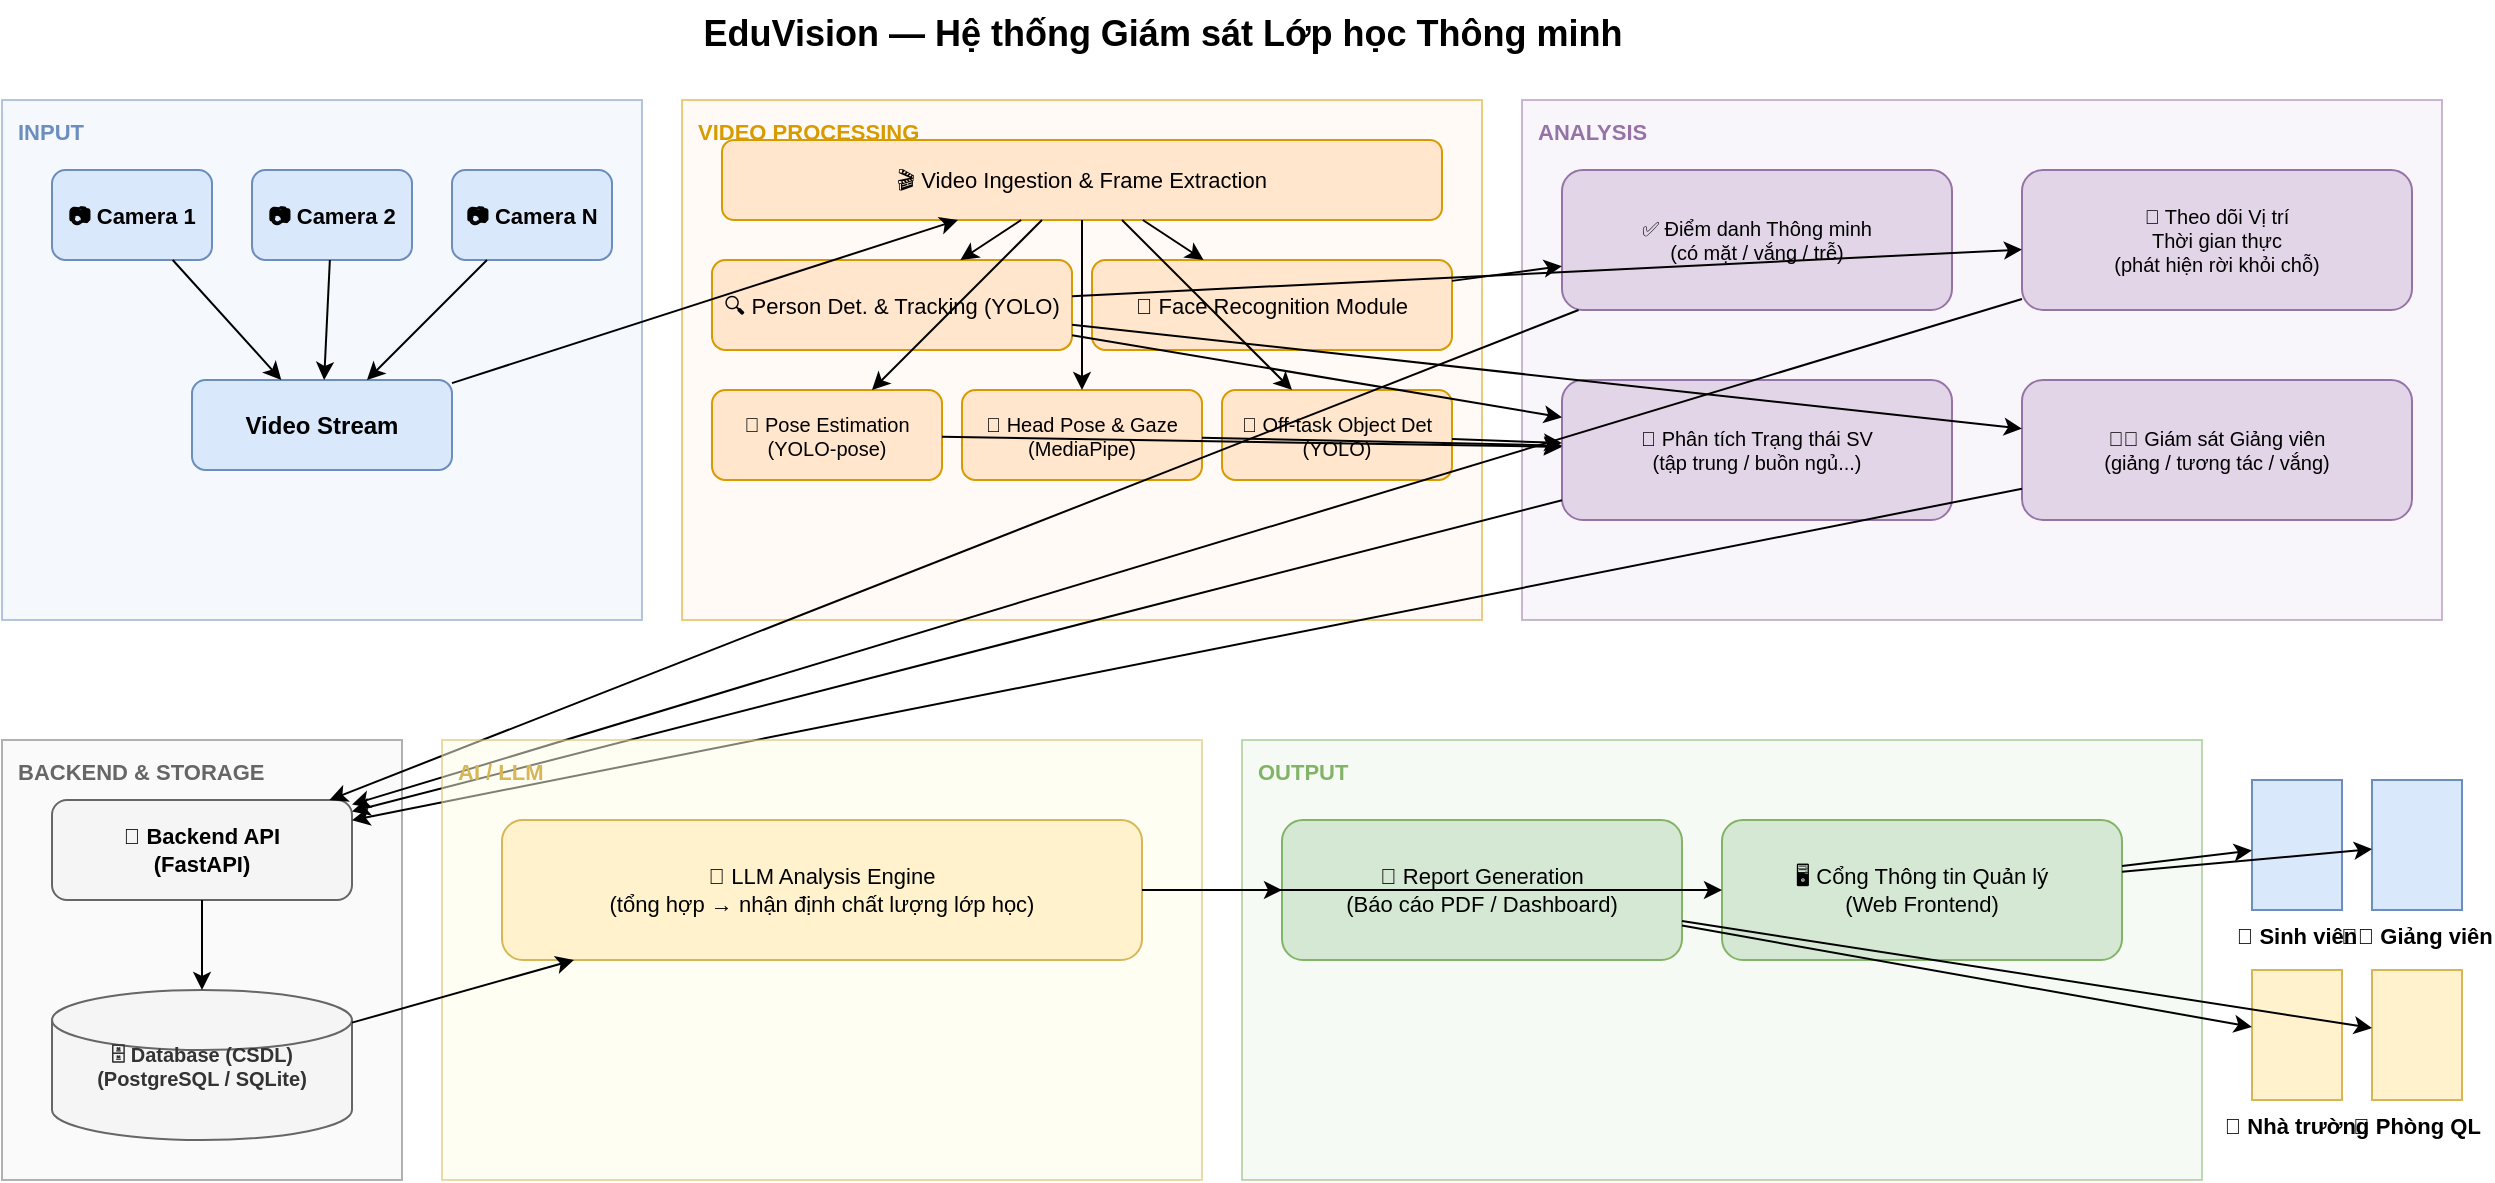
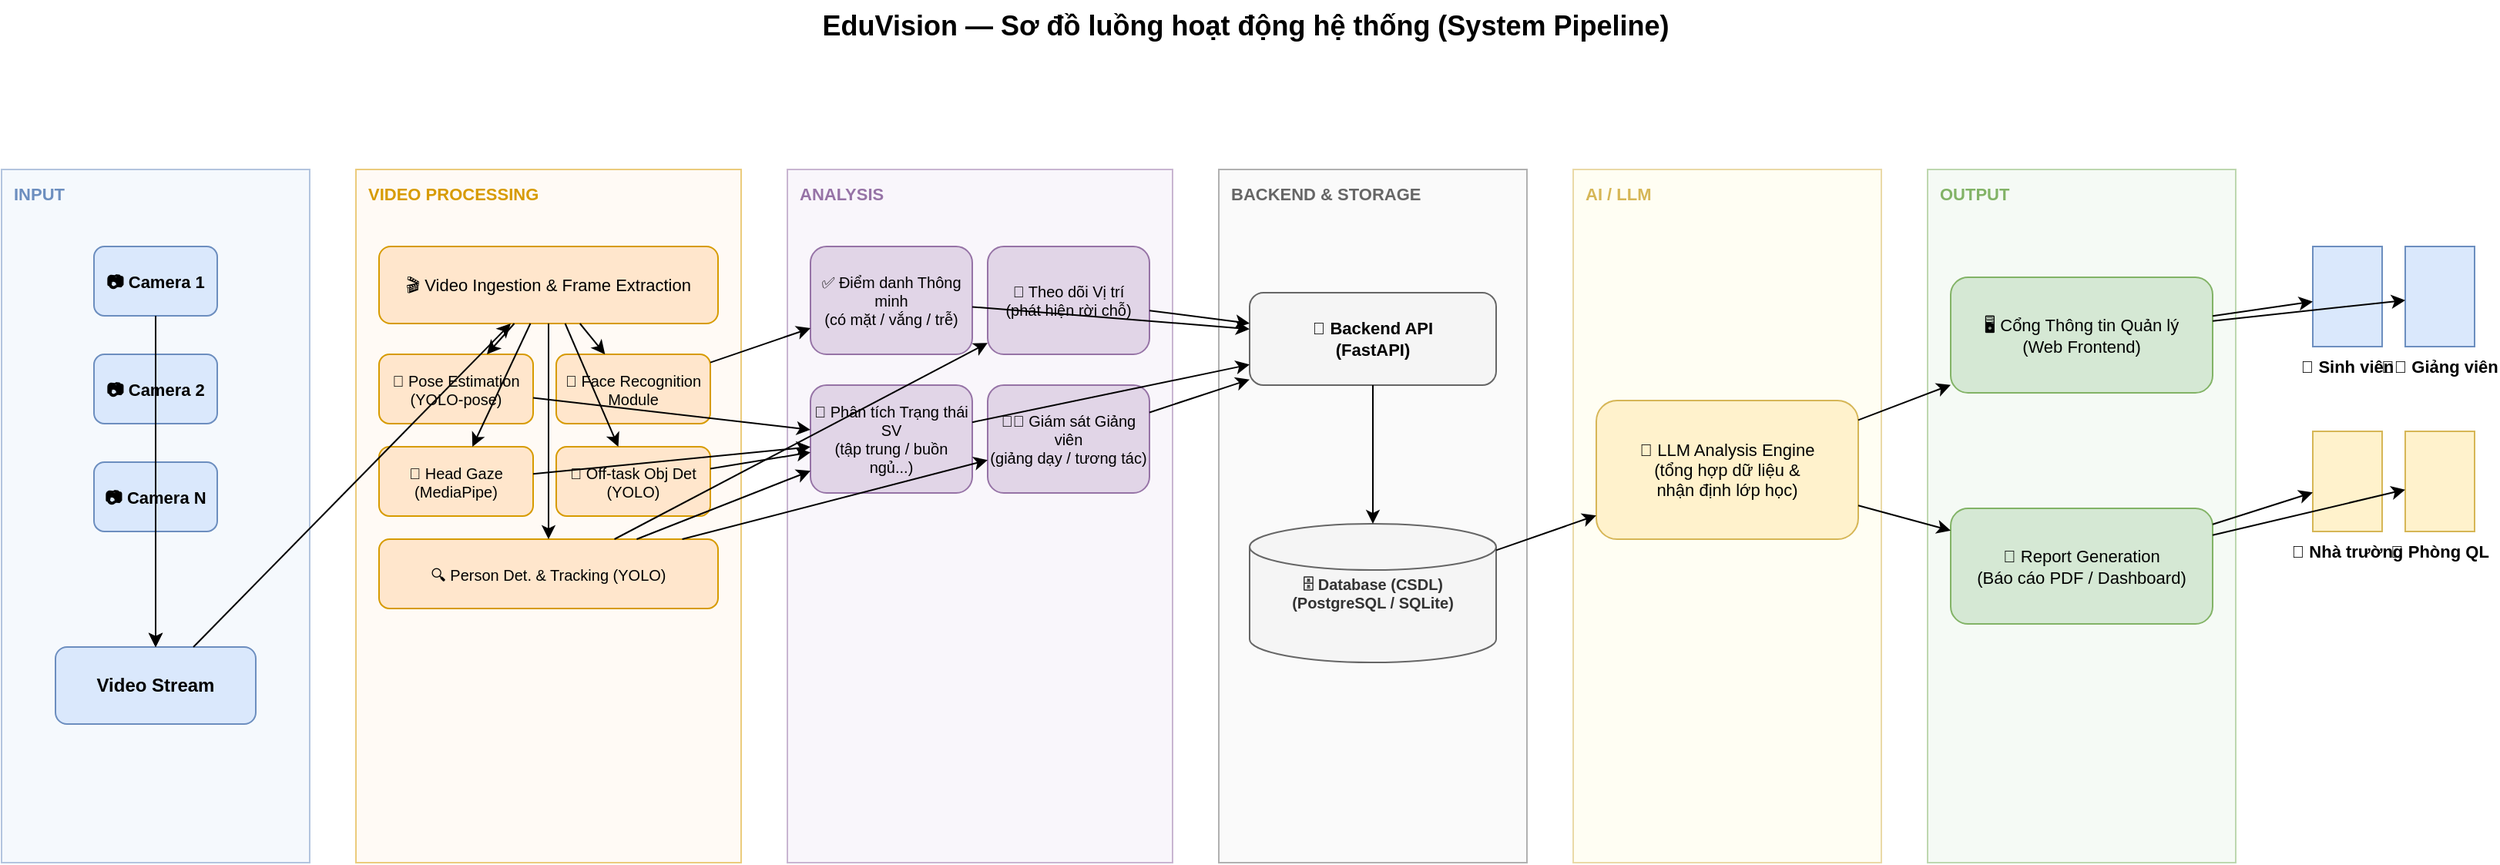
<mxfile host="app.diagrams.net" modified="2026-05-22" agent="Claude" version="21.0.0">
  <diagram id="eduvision-pipeline" name="EduVision System Pipeline">
    <mxGraphModel dx="1422" dy="762" grid="1" gridSize="10" guides="1" tooltips="1" connect="1" arrows="1" fold="1" page="1" pageScale="1" pageWidth="1654" pageHeight="900" math="0" shadow="0">
      <root>
        <mxCell id="0" />
        <mxCell id="1" parent="0" />

        <!-- ===== TITLE ===== -->
-         <mxCell id="title" value="EduVision — Hệ thống Giám sát Lớp học Thông minh" style="text;html=1;strokeColor=none;fillColor=none;align=center;fontSize=18;fontStyle=1;" vertex="1" parent="1">
-           <mxGeometry x="100" y="10" width="1000" height="35" as="geometry" />
-         </mxCell>
- 
-         <!-- ===== ROW 1: INPUT → VIDEO PROCESSING → ANALYSIS ===== -->
- 
-         <!-- INPUT -->
+         <mxCell id="title" value="EduVision — Sơ đồ luồng hoạt động hệ thống (System Pipeline)" style="text;html=1;strokeColor=none;fillColor=none;align=center;fontSize=18;fontStyle=1;" vertex="1" parent="1">
+           <mxGeometry x="100" y="40" width="1454" height="35" as="geometry" />
+         </mxCell>
+ 
+         <!-- ===== SINGLE ROW LAYOUT: COLUMN 1 TO 7 ===== -->
+ 
+         <!-- COLUMN 1: INPUT -->
        <mxCell id="bg1" value="" style="rounded=0;whiteSpace=wrap;html=1;fillColor=#EBF3FB;strokeColor=#6c8ebf;opacity=50;" vertex="1" parent="1">
-           <mxGeometry x="20" y="60" width="320" height="260" as="geometry" />
+           <mxGeometry x="20" y="150" width="200" height="450" as="geometry" />
        </mxCell>
        <mxCell id="lbl1" value="INPUT" style="text;html=1;strokeColor=none;fillColor=none;fontStyle=1;fontSize=11;fontColor=#6c8ebf;align=left;" vertex="1" parent="1">
-           <mxGeometry x="26" y="63" width="60" height="20" as="geometry" />
+           <mxGeometry x="26" y="153" width="60" height="20" as="geometry" />
        </mxCell>

        <mxCell id="cam1" value="📷 Camera 1" style="rounded=1;whiteSpace=wrap;html=1;fillColor=#dae8fc;strokeColor=#6c8ebf;fontStyle=1;fontSize=11;" vertex="1" parent="1">
-           <mxGeometry x="45" y="95" width="80" height="45" as="geometry" />
+           <mxGeometry x="80" y="200" width="80" height="45" as="geometry" />
        </mxCell>
        <mxCell id="cam2" value="📷 Camera 2" style="rounded=1;whiteSpace=wrap;html=1;fillColor=#dae8fc;strokeColor=#6c8ebf;fontStyle=1;fontSize=11;" vertex="1" parent="1">
-           <mxGeometry x="145" y="95" width="80" height="45" as="geometry" />
+           <mxGeometry x="80" y="270" width="80" height="45" as="geometry" />
        </mxCell>
        <mxCell id="camN" value="📷 Camera N" style="rounded=1;whiteSpace=wrap;html=1;fillColor=#dae8fc;strokeColor=#6c8ebf;fontStyle=1;fontSize=11;" vertex="1" parent="1">
-           <mxGeometry x="245" y="95" width="80" height="45" as="geometry" />
+           <mxGeometry x="80" y="340" width="80" height="45" as="geometry" />
        </mxCell>
        <mxCell id="vstream" value="Video Stream" style="rounded=1;whiteSpace=wrap;html=1;fillColor=#dae8fc;strokeColor=#6c8ebf;fontSize=12;fontStyle=1;" vertex="1" parent="1">
-           <mxGeometry x="115" y="200" width="130" height="45" as="geometry" />
+           <mxGeometry x="55" y="460" width="130" height="50" as="geometry" />
        </mxCell>

        <mxCell id="e_c1vs" value="" edge="1" source="cam1" target="vstream" parent="1">
          <mxGeometry relative="1" as="geometry" />
        </mxCell>
        <mxCell id="e_c2vs" value="" edge="1" source="cam2" target="vstream" parent="1">
          <mxGeometry relative="1" as="geometry" />
        </mxCell>
        <mxCell id="e_cNvs" value="" edge="1" source="camN" target="vstream" parent="1">
          <mxGeometry relative="1" as="geometry" />
        </mxCell>

-         <!-- VIDEO PROCESSING -->
+         <!-- COLUMN 2: VIDEO PROCESSING -->
        <mxCell id="bg2" value="" style="rounded=0;whiteSpace=wrap;html=1;fillColor=#FFF5EB;strokeColor=#d79b00;opacity=50;" vertex="1" parent="1">
-           <mxGeometry x="360" y="60" width="400" height="260" as="geometry" />
+           <mxGeometry x="250" y="150" width="250" height="450" as="geometry" />
        </mxCell>
        <mxCell id="lbl2" value="VIDEO PROCESSING" style="text;html=1;strokeColor=none;fillColor=none;fontStyle=1;fontSize=11;fontColor=#d79b00;align=left;" vertex="1" parent="1">
-           <mxGeometry x="366" y="63" width="150" height="20" as="geometry" />
+           <mxGeometry x="256" y="153" width="150" height="20" as="geometry" />
        </mxCell>

        <mxCell id="frm" value="🎬 Video Ingestion &amp; Frame Extraction" style="rounded=1;whiteSpace=wrap;html=1;fillColor=#ffe6cc;strokeColor=#d79b00;fontSize=11;" vertex="1" parent="1">
-           <mxGeometry x="380" y="80" width="360" height="40" as="geometry" />
-         </mxCell>
-         <mxCell id="objdet" value="🔍 Person Det. &amp; Tracking (YOLO)" style="rounded=1;whiteSpace=wrap;html=1;fillColor=#ffe6cc;strokeColor=#d79b00;fontSize=11;" vertex="1" parent="1">
-           <mxGeometry x="375" y="140" width="180" height="45" as="geometry" />
-         </mxCell>
-         <mxCell id="facerec" value="👤 Face Recognition Module" style="rounded=1;whiteSpace=wrap;html=1;fillColor=#ffe6cc;strokeColor=#d79b00;fontSize=11;" vertex="1" parent="1">
-           <mxGeometry x="565" y="140" width="180" height="45" as="geometry" />
-         </mxCell>
-         <mxCell id="poseest" value="🤸 Pose Estimation (YOLO-pose)" style="rounded=1;whiteSpace=wrap;html=1;fillColor=#ffe6cc;strokeColor=#d79b00;fontSize=10;" vertex="1" parent="1">
-           <mxGeometry x="375" y="205" width="115" height="45" as="geometry" />
-         </mxCell>
-         <mxCell id="headpose" value="👀 Head Pose &amp; Gaze (MediaPipe)" style="rounded=1;whiteSpace=wrap;html=1;fillColor=#ffe6cc;strokeColor=#d79b00;fontSize=10;" vertex="1" parent="1">
-           <mxGeometry x="500" y="205" width="120" height="45" as="geometry" />
-         </mxCell>
-         <mxCell id="offtaskdet" value="📱 Off-task Object Det (YOLO)" style="rounded=1;whiteSpace=wrap;html=1;fillColor=#ffe6cc;strokeColor=#d79b00;fontSize=10;" vertex="1" parent="1">
-           <mxGeometry x="630" y="205" width="115" height="45" as="geometry" />
+           <mxGeometry x="265" y="200" width="220" height="50" as="geometry" />
+         </mxCell>
+         <mxCell id="poseest" value="🤸 Pose Estimation&#xa;(YOLO-pose)" style="rounded=1;whiteSpace=wrap;html=1;fillColor=#ffe6cc;strokeColor=#d79b00;fontSize=10;" vertex="1" parent="1">
+           <mxGeometry x="265" y="270" width="100" height="45" as="geometry" />
+         </mxCell>
+         <mxCell id="facerec" value="👤 Face Recognition&#xa;Module" style="rounded=1;whiteSpace=wrap;html=1;fillColor=#ffe6cc;strokeColor=#d79b00;fontSize=10;" vertex="1" parent="1">
+           <mxGeometry x="380" y="270" width="100" height="45" as="geometry" />
+         </mxCell>
+         <mxCell id="headpose" value="👀 Head Gaze&#xa;(MediaPipe)" style="rounded=1;whiteSpace=wrap;html=1;fillColor=#ffe6cc;strokeColor=#d79b00;fontSize=10;" vertex="1" parent="1">
+           <mxGeometry x="265" y="330" width="100" height="45" as="geometry" />
+         </mxCell>
+         <mxCell id="offtaskdet" value="📱 Off-task Obj Det&#xa;(YOLO)" style="rounded=1;whiteSpace=wrap;html=1;fillColor=#ffe6cc;strokeColor=#d79b00;fontSize=10;" vertex="1" parent="1">
+           <mxGeometry x="380" y="330" width="100" height="45" as="geometry" />
+         </mxCell>
+         <mxCell id="objdet" value="🔍 Person Det. &amp; Tracking (YOLO)" style="rounded=1;whiteSpace=wrap;html=1;fillColor=#ffe6cc;strokeColor=#d79b00;fontSize=10;" vertex="1" parent="1">
+           <mxGeometry x="265" y="390" width="220" height="45" as="geometry" />
        </mxCell>

        <mxCell id="e_vsfrm" value="" edge="1" source="vstream" target="frm" parent="1">
          <mxGeometry relative="1" as="geometry" />
        </mxCell>
+         <mxCell id="e_frmpose" value="" edge="1" source="frm" target="poseest" parent="1">
+           <mxGeometry relative="1" as="geometry" />
+         </mxCell>
+         <mxCell id="e_frmfac" value="" edge="1" source="frm" target="facerec" parent="1">
+           <mxGeometry relative="1" as="geometry" />
+         </mxCell>
+         <mxCell id="e_frmhead" value="" edge="1" source="frm" target="headpose" parent="1">
+           <mxGeometry relative="1" as="geometry" />
+         </mxCell>
+         <mxCell id="e_frmoff" value="" edge="1" source="frm" target="offtaskdet" parent="1">
+           <mxGeometry relative="1" as="geometry" />
+         </mxCell>
        <mxCell id="e_frmobj" value="" edge="1" source="frm" target="objdet" parent="1">
          <mxGeometry relative="1" as="geometry" />
        </mxCell>
-         <mxCell id="e_frmfac" value="" edge="1" source="frm" target="facerec" parent="1">
-           <mxGeometry relative="1" as="geometry" />
-         </mxCell>
-         <mxCell id="e_frmpose" value="" edge="1" source="frm" target="poseest" parent="1">
-           <mxGeometry relative="1" as="geometry" />
-         </mxCell>
-         <mxCell id="e_frmhead" value="" edge="1" source="frm" target="headpose" parent="1">
-           <mxGeometry relative="1" as="geometry" />
-         </mxCell>
-         <mxCell id="e_frmoff" value="" edge="1" source="frm" target="offtaskdet" parent="1">
-           <mxGeometry relative="1" as="geometry" />
-         </mxCell>
- 
-         <!-- ANALYSIS -->
+ 
+         <!-- COLUMN 3: ANALYSIS -->
        <mxCell id="bg3" value="" style="rounded=0;whiteSpace=wrap;html=1;fillColor=#F4EEF8;strokeColor=#9673a6;opacity=50;" vertex="1" parent="1">
-           <mxGeometry x="780" y="60" width="460" height="260" as="geometry" />
+           <mxGeometry x="530" y="150" width="250" height="450" as="geometry" />
        </mxCell>
        <mxCell id="lbl3" value="ANALYSIS" style="text;html=1;strokeColor=none;fillColor=none;fontStyle=1;fontSize=11;fontColor=#9673a6;align=left;" vertex="1" parent="1">
-           <mxGeometry x="786" y="63" width="70" height="20" as="geometry" />
+           <mxGeometry x="536" y="153" width="70" height="20" as="geometry" />
        </mxCell>

        <mxCell id="att" value="✅ Điểm danh Thông minh&#xa;(có mặt / vắng / trễ)" style="rounded=1;whiteSpace=wrap;html=1;fillColor=#e1d5e7;strokeColor=#9673a6;fontSize=10;" vertex="1" parent="1">
-           <mxGeometry x="800" y="95" width="195" height="70" as="geometry" />
-         </mxCell>
-         <mxCell id="loc" value="📍 Theo dõi Vị trí&#xa;Thời gian thực&#xa;(phát hiện rời khỏi chỗ)" style="rounded=1;whiteSpace=wrap;html=1;fillColor=#e1d5e7;strokeColor=#9673a6;fontSize=10;" vertex="1" parent="1">
-           <mxGeometry x="1030" y="95" width="195" height="70" as="geometry" />
+           <mxGeometry x="545" y="200" width="105" height="70" as="geometry" />
+         </mxCell>
+         <mxCell id="loc" value="📍 Theo dõi Vị trí&#xa;(phát hiện rời chỗ)" style="rounded=1;whiteSpace=wrap;html=1;fillColor=#e1d5e7;strokeColor=#9673a6;fontSize=10;" vertex="1" parent="1">
+           <mxGeometry x="660" y="200" width="105" height="70" as="geometry" />
        </mxCell>
        <mxCell id="stu" value="🧠 Phân tích Trạng thái SV&#xa;(tập trung / buồn ngủ...)" style="rounded=1;whiteSpace=wrap;html=1;fillColor=#e1d5e7;strokeColor=#9673a6;fontSize=10;" vertex="1" parent="1">
-           <mxGeometry x="800" y="200" width="195" height="70" as="geometry" />
-         </mxCell>
-         <mxCell id="lec" value="👨‍🏫 Giám sát Giảng viên&#xa;(giảng / tương tác / vắng)" style="rounded=1;whiteSpace=wrap;html=1;fillColor=#e1d5e7;strokeColor=#9673a6;fontSize=10;" vertex="1" parent="1">
-           <mxGeometry x="1030" y="200" width="195" height="70" as="geometry" />
+           <mxGeometry x="545" y="290" width="105" height="70" as="geometry" />
+         </mxCell>
+         <mxCell id="lec" value="👨‍🏫 Giám sát Giảng viên&#xa;(giảng dạy / tương tác)" style="rounded=1;whiteSpace=wrap;html=1;fillColor=#e1d5e7;strokeColor=#9673a6;fontSize=10;" vertex="1" parent="1">
+           <mxGeometry x="660" y="290" width="105" height="70" as="geometry" />
        </mxCell>

        <mxCell id="e_facatt" value="" edge="1" source="facerec" target="att" parent="1">
          <mxGeometry relative="1" as="geometry" />
        </mxCell>
+         <mxCell id="e_posestu" value="" edge="1" source="poseest" target="stu" parent="1">
+           <mxGeometry relative="1" as="geometry" />
+         </mxCell>
+         <mxCell id="e_headstu" value="" edge="1" source="headpose" target="stu" parent="1">
+           <mxGeometry relative="1" as="geometry" />
+         </mxCell>
+         <mxCell id="e_offstu" value="" edge="1" source="offtaskdet" target="stu" parent="1">
+           <mxGeometry relative="1" as="geometry" />
+         </mxCell>
        <mxCell id="e_objloc" value="" edge="1" source="objdet" target="loc" parent="1">
          <mxGeometry relative="1" as="geometry" />
        </mxCell>
        <mxCell id="e_objstu" value="" edge="1" source="objdet" target="stu" parent="1">
          <mxGeometry relative="1" as="geometry" />
        </mxCell>
        <mxCell id="e_objlec" value="" edge="1" source="objdet" target="lec" parent="1">
          <mxGeometry relative="1" as="geometry" />
        </mxCell>
-         <mxCell id="e_posestu" value="" edge="1" source="poseest" target="stu" parent="1">
-           <mxGeometry relative="1" as="geometry" />
-         </mxCell>
-         <mxCell id="e_headstu" value="" edge="1" source="headpose" target="stu" parent="1">
-           <mxGeometry relative="1" as="geometry" />
-         </mxCell>
-         <mxCell id="e_offstu" value="" edge="1" source="offtaskdet" target="stu" parent="1">
-           <mxGeometry relative="1" as="geometry" />
-         </mxCell>
- 
-         <!-- ===== ROW 2: STORAGE → AI/LLM → OUTPUT → Users ===== -->
- 
-         <!-- STORAGE -->
+ 
+         <!-- COLUMN 4: BACKEND & STORAGE -->
        <mxCell id="bg4" value="" style="rounded=0;whiteSpace=wrap;html=1;fillColor=#F5F5F5;strokeColor=#666666;opacity=50;" vertex="1" parent="1">
-           <mxGeometry x="20" y="380" width="200" height="220" as="geometry" />
+           <mxGeometry x="810" y="150" width="200" height="450" as="geometry" />
        </mxCell>
        <mxCell id="lbl4" value="BACKEND &amp; STORAGE" style="text;html=1;strokeColor=none;fillColor=none;fontStyle=1;fontSize=11;fontColor=#666666;align=left;" vertex="1" parent="1">
-           <mxGeometry x="26" y="383" width="150" height="20" as="geometry" />
+           <mxGeometry x="816" y="153" width="150" height="20" as="geometry" />
        </mxCell>

        <mxCell id="backendapi" value="🔌 Backend API&#xa;(FastAPI)" style="rounded=1;whiteSpace=wrap;html=1;fillColor=#f5f5f5;strokeColor=#666666;fontSize=11;fontStyle=1;" vertex="1" parent="1">
-           <mxGeometry x="45" y="410" width="150" height="50" as="geometry" />
+           <mxGeometry x="830" y="230" width="160" height="60" as="geometry" />
        </mxCell>
        <mxCell id="db" value="🗄️ Database (CSDL)&#xa;(PostgreSQL / SQLite)" style="shape=cylinder3;whiteSpace=wrap;html=1;fillColor=#f5f5f5;strokeColor=#666666;fontColor=#333333;fontSize=10;fontStyle=1;" vertex="1" parent="1">
-           <mxGeometry x="45" y="505" width="150" height="75" as="geometry" />
+           <mxGeometry x="830" y="380" width="160" height="90" as="geometry" />
        </mxCell>

        <mxCell id="e_attdb" value="" edge="1" source="att" target="backendapi" parent="1">
          <mxGeometry relative="1" as="geometry" />
        </mxCell>
        <mxCell id="e_locdb" value="" edge="1" source="loc" target="backendapi" parent="1">
          <mxGeometry relative="1" as="geometry" />
        </mxCell>
        <mxCell id="e_studb" value="" edge="1" source="stu" target="backendapi" parent="1">
          <mxGeometry relative="1" as="geometry" />
        </mxCell>
        <mxCell id="e_lecdb" value="" edge="1" source="lec" target="backendapi" parent="1">
          <mxGeometry relative="1" as="geometry" />
        </mxCell>
        <mxCell id="e_apidb" value="" edge="1" source="backendapi" target="db" parent="1">
          <mxGeometry relative="1" as="geometry" />
        </mxCell>

-         <!-- AI / LLM -->
+         <!-- COLUMN 5: AI / LLM -->
        <mxCell id="bg5" value="" style="rounded=0;whiteSpace=wrap;html=1;fillColor=#FFFDE7;strokeColor=#d6b656;opacity=50;" vertex="1" parent="1">
-           <mxGeometry x="240" y="380" width="380" height="220" as="geometry" />
+           <mxGeometry x="1040" y="150" width="200" height="450" as="geometry" />
        </mxCell>
        <mxCell id="lbl5" value="AI / LLM" style="text;html=1;strokeColor=none;fillColor=none;fontStyle=1;fontSize=11;fontColor=#d6b656;align=left;" vertex="1" parent="1">
-           <mxGeometry x="246" y="383" width="60" height="20" as="geometry" />
-         </mxCell>
- 
-         <mxCell id="llm" value="🤖 LLM Analysis Engine&#xa;(tổng hợp → nhận định chất lượng lớp học)" style="rounded=1;whiteSpace=wrap;html=1;fillColor=#fff2cc;strokeColor=#d6b656;fontSize=11;" vertex="1" parent="1">
-           <mxGeometry x="270" y="420" width="320" height="70" as="geometry" />
+           <mxGeometry x="1046" y="153" width="60" height="20" as="geometry" />
+         </mxCell>
+ 
+         <mxCell id="llm" value="🤖 LLM Analysis Engine&#xa;(tổng hợp dữ liệu &amp;&#xa;nhận định lớp học)" style="rounded=1;whiteSpace=wrap;html=1;fillColor=#fff2cc;strokeColor=#d6b656;fontSize=11;" vertex="1" parent="1">
+           <mxGeometry x="1055" y="300" width="170" height="90" as="geometry" />
        </mxCell>

        <mxCell id="e_dbllm" value="" edge="1" source="db" target="llm" parent="1">
          <mxGeometry relative="1" as="geometry" />
        </mxCell>

-         <!-- OUTPUT -->
+         <!-- COLUMN 6: OUTPUT -->
        <mxCell id="bg6" value="" style="rounded=0;whiteSpace=wrap;html=1;fillColor=#ECF5EC;strokeColor=#82b366;opacity=50;" vertex="1" parent="1">
-           <mxGeometry x="640" y="380" width="480" height="220" as="geometry" />
+           <mxGeometry x="1270" y="150" width="200" height="450" as="geometry" />
        </mxCell>
        <mxCell id="lbl6" value="OUTPUT" style="text;html=1;strokeColor=none;fillColor=none;fontStyle=1;fontSize=11;fontColor=#82b366;align=left;" vertex="1" parent="1">
-           <mxGeometry x="646" y="383" width="70" height="20" as="geometry" />
-         </mxCell>
- 
+           <mxGeometry x="1276" y="153" width="70" height="20" as="geometry" />
+         </mxCell>
+ 
+         <mxCell id="web" value="🖥️ Cổng Thông tin Quản lý&#xa;(Web Frontend)" style="rounded=1;whiteSpace=wrap;html=1;fillColor=#d5e8d4;strokeColor=#82b366;fontSize=11;" vertex="1" parent="1">
+           <mxGeometry x="1285" y="220" width="170" height="75" as="geometry" />
+         </mxCell>
        <mxCell id="rpt" value="📄 Report Generation&#xa;(Báo cáo PDF / Dashboard)" style="rounded=1;whiteSpace=wrap;html=1;fillColor=#d5e8d4;strokeColor=#82b366;fontSize=11;" vertex="1" parent="1">
-           <mxGeometry x="660" y="420" width="200" height="70" as="geometry" />
-         </mxCell>
-         <mxCell id="web" value="🖥️ Cổng Thông tin Quản lý&#xa;(Web Frontend)" style="rounded=1;whiteSpace=wrap;html=1;fillColor=#d5e8d4;strokeColor=#82b366;fontSize=11;" vertex="1" parent="1">
-           <mxGeometry x="880" y="420" width="200" height="70" as="geometry" />
-         </mxCell>
- 
+           <mxGeometry x="1285" y="370" width="170" height="75" as="geometry" />
+         </mxCell>
+ 
+         <mxCell id="e_llmweb" value="" edge="1" source="llm" target="web" parent="1">
+           <mxGeometry relative="1" as="geometry" />
+         </mxCell>
        <mxCell id="e_llmrpt" value="" edge="1" source="llm" target="rpt" parent="1">
          <mxGeometry relative="1" as="geometry" />
        </mxCell>
-         <mxCell id="e_llmweb" value="" edge="1" source="llm" target="web" parent="1">
-           <mxGeometry relative="1" as="geometry" />
-         </mxCell>
- 
-         <!-- USERS -->
+ 
+         <!-- COLUMN 7: USERS (Far Right) -->
        <mxCell id="u1" value="👤 Sinh viên" style="shape=mxgraph.basic.person2;fillColor=#dae8fc;strokeColor=#6c8ebf;fontSize=11;fontStyle=1;verticalLabelPosition=bottom;verticalAlign=top;" vertex="1" parent="1">
-           <mxGeometry x="1145" y="400" width="45" height="65" as="geometry" />
+           <mxGeometry x="1520" y="200" width="45" height="65" as="geometry" />
        </mxCell>
        <mxCell id="u2" value="👨‍🏫 Giảng viên" style="shape=mxgraph.basic.person2;fillColor=#dae8fc;strokeColor=#6c8ebf;fontSize=11;fontStyle=1;verticalLabelPosition=bottom;verticalAlign=top;" vertex="1" parent="1">
-           <mxGeometry x="1205" y="400" width="45" height="65" as="geometry" />
+           <mxGeometry x="1580" y="200" width="45" height="65" as="geometry" />
        </mxCell>
        <mxCell id="u3" value="🏫 Nhà trường" style="shape=mxgraph.basic.person2;fillColor=#fff2cc;strokeColor=#d6b656;fontSize=11;fontStyle=1;verticalLabelPosition=bottom;verticalAlign=top;" vertex="1" parent="1">
-           <mxGeometry x="1145" y="495" width="45" height="65" as="geometry" />
+           <mxGeometry x="1520" y="320" width="45" height="65" as="geometry" />
        </mxCell>
        <mxCell id="u4" value="🏢 Phòng QL" style="shape=mxgraph.basic.person2;fillColor=#fff2cc;strokeColor=#d6b656;fontSize=11;fontStyle=1;verticalLabelPosition=bottom;verticalAlign=top;" vertex="1" parent="1">
-           <mxGeometry x="1205" y="495" width="45" height="65" as="geometry" />
+           <mxGeometry x="1580" y="320" width="45" height="65" as="geometry" />
        </mxCell>

        <mxCell id="e_webu1" value="" edge="1" source="web" target="u1" parent="1">
          <mxGeometry relative="1" as="geometry" />
        </mxCell>
        <mxCell id="e_webu2" value="" edge="1" source="web" target="u2" parent="1">
          <mxGeometry relative="1" as="geometry" />
        </mxCell>
        <mxCell id="e_rptu3" value="" edge="1" source="rpt" target="u3" parent="1">
          <mxGeometry relative="1" as="geometry" />
        </mxCell>
        <mxCell id="e_rptu4" value="" edge="1" source="rpt" target="u4" parent="1">
          <mxGeometry relative="1" as="geometry" />
        </mxCell>

      </root>
    </mxGraphModel>
  </diagram>
</mxfile>
